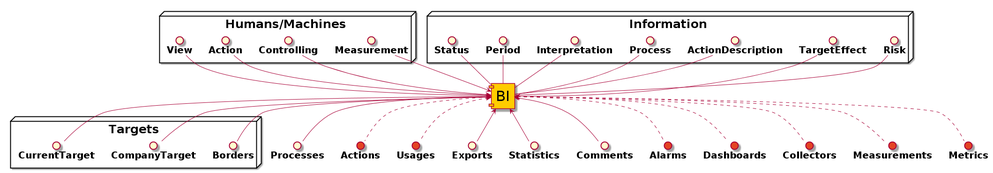
Above: _images/plantuml-9e1137ed0cf04301947c0ccbc69c389abaaa2e95.png in useblocks/presentations (PlantUML), before the change.
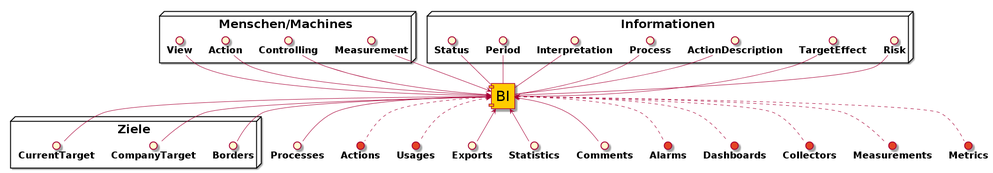
After the commit.

Diff of the diagram source:
```diff
@@ -20,7 +20,7 @@
 
 component BI #FFCC00
 
-node "Humans/Machines" {
+node "Menschen/Machines" {
     interface Measurement
     interface Controlling
     interface Action
@@ -31,7 +31,7 @@
 BI <-l- Action
 BI <-l- View
 
-node "Targets" {
+node "Ziele" {
     interface Borders
     interface CompanyTarget
     interface CurrentTarget
@@ -40,7 +40,7 @@
 BI <- CompanyTarget
 BI <- CurrentTarget
 
-node "Information" {
+node "Informationen" {
     interface Risk
     interface TargetEffect
     interface ActionDescription
```
